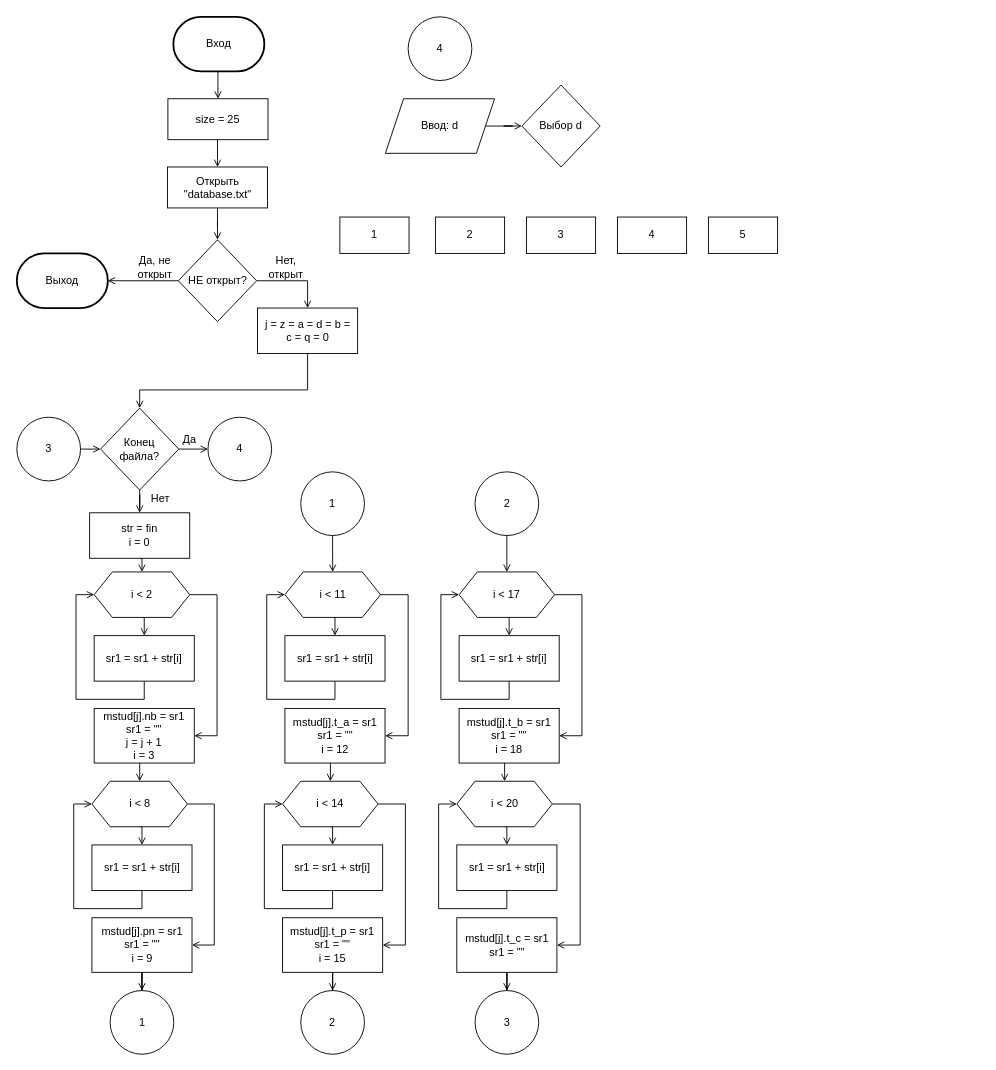
Before: laba7.drawio in ArgumenTiKi/labs, a draw.io diagram. Source tidied: cells renumbered, new cells numbered last; positions are measured from the earlier drawing's top-left corner, leaving out a move shared by most shapes. Both pictures are drawn from the tidied source at 91%, with x=0, y=0 at pixel (16, 16).
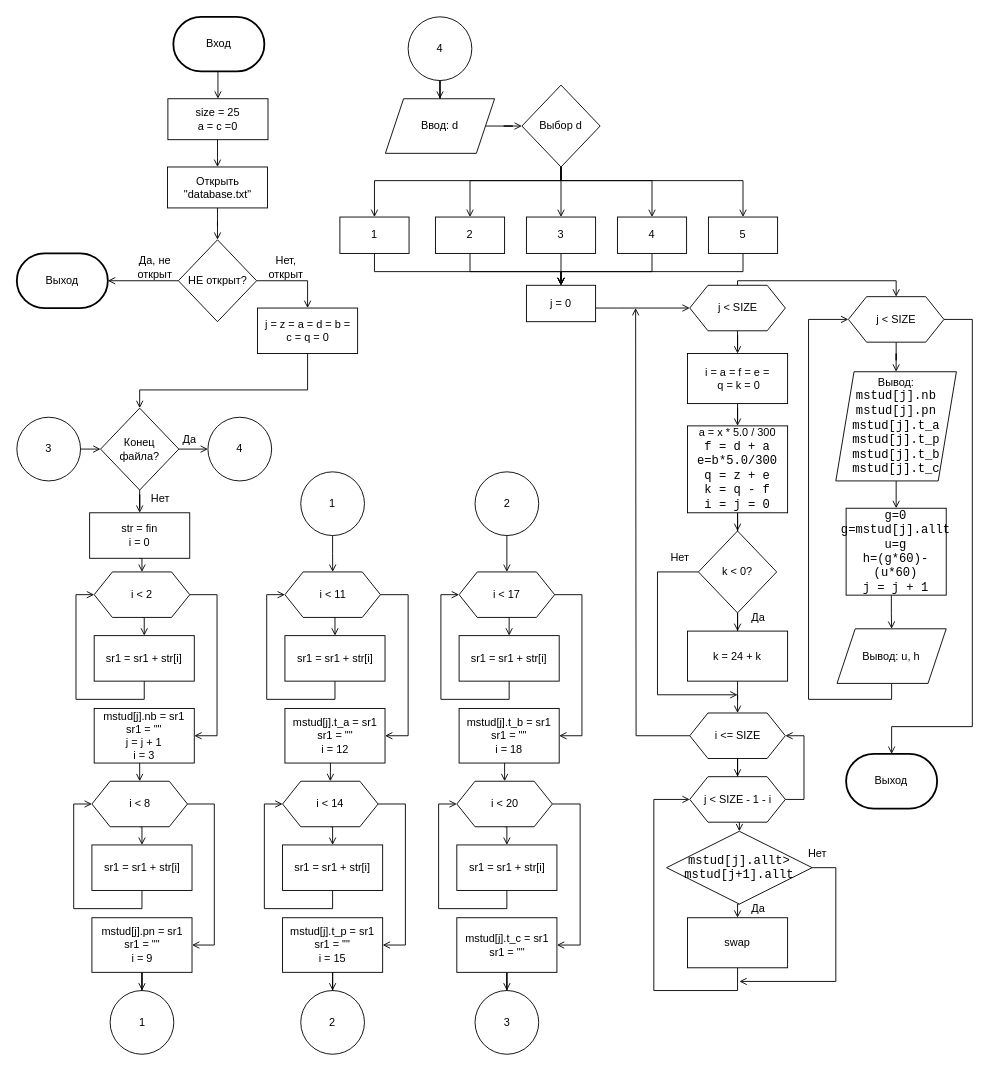
The same page after the edit.

Unchanged cells that the change refers to:
```xml
<mxCell id="77" value="Ввод: d" style="shape=parallelogram;perimeter=parallelogramPerimeter;whiteSpace=wrap;html=1;fixedSize=1;" parent="1" vertex="1">
  <mxGeometry x="405" y="90" width="120" height="60" as="geometry" />
</mxCell>
<mxCell id="78" value="4" style="ellipse;whiteSpace=wrap;html=1;" parent="1" vertex="1">
  <mxGeometry x="430" width="70" height="70" as="geometry" />
</mxCell>
<mxCell id="79" value="1" style="rounded=0;whiteSpace=wrap;html=1;" parent="1" vertex="1">
  <mxGeometry x="355" y="220" width="76" height="40" as="geometry" />
</mxCell>
<mxCell id="80" value="3" style="rounded=0;whiteSpace=wrap;html=1;" parent="1" vertex="1">
  <mxGeometry x="560" y="220" width="76" height="40" as="geometry" />
</mxCell>
<mxCell id="81" value="2" style="rounded=0;whiteSpace=wrap;html=1;" parent="1" vertex="1">
  <mxGeometry x="460" y="220" width="76" height="40" as="geometry" />
</mxCell>
<mxCell id="82" value="Выбор d" style="rhombus;whiteSpace=wrap;html=1;direction=south;" parent="1" vertex="1">
  <mxGeometry x="555" y="75" width="86" height="90" as="geometry" />
</mxCell>
<mxCell id="83" value="5" style="rounded=0;whiteSpace=wrap;html=1;" parent="1" vertex="1">
  <mxGeometry x="760" y="220" width="76" height="40" as="geometry" />
</mxCell>
<mxCell id="84" value="4" style="rounded=0;whiteSpace=wrap;html=1;" parent="1" vertex="1">
  <mxGeometry x="660" y="220" width="76" height="40" as="geometry" />
</mxCell>
```

The edit, as a diff of the source:
```diff
@@
-    <mxCell id="5" value="size = 25" style="rounded=0;whiteSpace=wrap;html=1;" parent="1" vertex="1">
+    <mxCell id="5" value="size = 25&lt;br&gt;a = c =0" style="rounded=0;whiteSpace=wrap;html=1;" parent="1" vertex="1">
       <mxGeometry x="166" y="90" width="110" height="45" as="geometry" />
     </mxCell>
@@
+    <mxCell id="85" style="edgeStyle=orthogonalEdgeStyle;rounded=0;jettySize=auto;html=1;endArrow=open;endFill=0;" parent="1" edge="1" source="78" target="77">
+      <mxGeometry relative="1" as="geometry" />
+    </mxCell>
@@
+    <mxCell id="86" style="edgeStyle=orthogonalEdgeStyle;rounded=0;jettySize=auto;html=1;endArrow=open;endFill=0;" parent="1" edge="1" source="79" target="100">
+      <mxGeometry relative="1" as="geometry">
+        <Array as="points">
+          <mxPoint x="393" y="280" />
+          <mxPoint x="598" y="280" />
+        </Array>
+      </mxGeometry>
+    </mxCell>
@@
+    <mxCell id="87" style="edgeStyle=orthogonalEdgeStyle;rounded=0;jettySize=auto;html=1;exitX=0.5;exitY=1;exitDx=0;exitDy=0;entryX=0.5;entryY=0;entryDx=0;entryDy=0;endArrow=open;endFill=0;" parent="1" edge="1" source="80" target="100">
+      <mxGeometry relative="1" as="geometry" />
+    </mxCell>
@@
+    <mxCell id="88" style="edgeStyle=orthogonalEdgeStyle;rounded=0;jettySize=auto;html=1;entryX=0.5;entryY=0;entryDx=0;entryDy=0;endArrow=open;endFill=0;" parent="1" edge="1" source="81" target="100">
+      <mxGeometry relative="1" as="geometry">
+        <Array as="points">
+          <mxPoint x="498" y="280" />
+          <mxPoint x="598" y="280" />
+        </Array>
+      </mxGeometry>
+    </mxCell>
@@
+    <mxCell id="89" style="edgeStyle=orthogonalEdgeStyle;rounded=0;jettySize=auto;html=1;exitX=1;exitY=0.5;exitDx=0;exitDy=0;entryX=0.5;entryY=0;entryDx=0;entryDy=0;endArrow=open;endFill=0;" parent="1" edge="1" source="82" target="80">
+      <mxGeometry relative="1" as="geometry" />
+    </mxCell>
+    <mxCell id="90" style="edgeStyle=orthogonalEdgeStyle;rounded=0;jettySize=auto;html=1;endArrow=open;endFill=0;entryX=0.5;entryY=0;entryDx=0;entryDy=0;" parent="1" edge="1" source="82" target="83">
+      <mxGeometry relative="1" as="geometry">
+        <Array as="points">
+          <mxPoint x="598" y="180" />
+          <mxPoint x="798" y="180" />
+        </Array>
+      </mxGeometry>
+    </mxCell>
+    <mxCell id="91" style="edgeStyle=orthogonalEdgeStyle;rounded=0;jettySize=auto;html=1;entryX=0.5;entryY=0;entryDx=0;entryDy=0;endArrow=open;endFill=0;" parent="1" edge="1" source="82" target="84">
+      <mxGeometry relative="1" as="geometry">
+        <Array as="points">
+          <mxPoint x="598" y="180" />
+          <mxPoint x="698" y="180" />
+        </Array>
+      </mxGeometry>
+    </mxCell>
+    <mxCell id="92" style="edgeStyle=orthogonalEdgeStyle;rounded=0;jettySize=auto;html=1;entryX=0.5;entryY=0;entryDx=0;entryDy=0;endArrow=open;endFill=0;" parent="1" edge="1" source="82" target="79">
+      <mxGeometry relative="1" as="geometry">
+        <Array as="points">
+          <mxPoint x="598" y="180" />
+          <mxPoint x="393" y="180" />
+        </Array>
+      </mxGeometry>
+    </mxCell>
+    <mxCell id="93" style="edgeStyle=orthogonalEdgeStyle;rounded=0;jettySize=auto;html=1;entryX=0.5;entryY=0;entryDx=0;entryDy=0;endArrow=open;endFill=0;" parent="1" edge="1" source="82" target="81">
+      <mxGeometry relative="1" as="geometry">
+        <Array as="points">
+          <mxPoint x="598" y="180" />
+          <mxPoint x="498" y="180" />
+        </Array>
+      </mxGeometry>
+    </mxCell>
@@
+    <mxCell id="94" style="edgeStyle=orthogonalEdgeStyle;rounded=0;jettySize=auto;html=1;entryX=0.5;entryY=0;entryDx=0;entryDy=0;endArrow=open;endFill=0;" parent="1" edge="1" source="83" target="100">
+      <mxGeometry relative="1" as="geometry">
+        <Array as="points">
+          <mxPoint x="798" y="280" />
+          <mxPoint x="598" y="280" />
+        </Array>
+      </mxGeometry>
+    </mxCell>
@@
+    <mxCell id="95" style="edgeStyle=orthogonalEdgeStyle;rounded=0;jettySize=auto;html=1;entryX=0.5;entryY=0;entryDx=0;entryDy=0;endArrow=open;endFill=0;" parent="1" edge="1" source="84" target="100">
+      <mxGeometry relative="1" as="geometry">
+        <Array as="points">
+          <mxPoint x="698" y="280" />
+          <mxPoint x="598" y="280" />
+        </Array>
+      </mxGeometry>
+    </mxCell>
@@
+    <mxCell id="96" style="edgeStyle=orthogonalEdgeStyle;rounded=0;jettySize=auto;html=1;endArrow=open;endFill=0;" parent="1" edge="1" source="98" target="102">
+      <mxGeometry relative="1" as="geometry" />
+    </mxCell>
+    <mxCell id="97" style="edgeStyle=orthogonalEdgeStyle;rounded=0;jettySize=auto;html=1;entryX=0.5;entryY=0;entryDx=0;entryDy=0;endArrow=open;endFill=0;" parent="1" edge="1" source="98" target="126">
+      <mxGeometry relative="1" as="geometry">
+        <Array as="points">
+          <mxPoint x="792" y="290" />
+          <mxPoint x="966" y="290" />
+          <mxPoint x="966" y="308" />
+        </Array>
+      </mxGeometry>
+    </mxCell>
+    <mxCell id="98" value="j &amp;lt; SIZE" style="shape=hexagon;perimeter=hexagonPerimeter2;whiteSpace=wrap;html=1;fixedSize=1;" parent="1" vertex="1">
+      <mxGeometry x="739.5" y="295" width="105" height="50" as="geometry" />
+    </mxCell>
+    <mxCell id="99" style="edgeStyle=orthogonalEdgeStyle;rounded=0;jettySize=auto;html=1;entryX=0;entryY=0.5;entryDx=0;entryDy=0;endArrow=open;endFill=0;" parent="1" edge="1" source="100" target="98">
+      <mxGeometry relative="1" as="geometry">
+        <Array as="points">
+          <mxPoint x="660" y="320" />
+          <mxPoint x="660" y="320" />
+        </Array>
+      </mxGeometry>
+    </mxCell>
+    <mxCell id="100" value="j = 0" style="rounded=0;whiteSpace=wrap;html=1;" parent="1" vertex="1">
+      <mxGeometry x="560" y="295" width="76" height="40" as="geometry" />
+    </mxCell>
+    <mxCell id="101" style="edgeStyle=orthogonalEdgeStyle;rounded=0;jettySize=auto;html=1;exitX=0.5;exitY=1;exitDx=0;exitDy=0;endArrow=open;endFill=0;" parent="1" edge="1" source="102" target="104">
+      <mxGeometry relative="1" as="geometry" />
+    </mxCell>
+    <mxCell id="102" value="i = a = f = e =&lt;br&gt;&amp;nbsp;q = k = 0" style="rounded=0;whiteSpace=wrap;html=1;" parent="1" vertex="1">
+      <mxGeometry x="737" y="370" width="110" height="55" as="geometry" />
+    </mxCell>
+    <mxCell id="103" style="edgeStyle=orthogonalEdgeStyle;rounded=0;jettySize=auto;html=1;entryX=0;entryY=0.5;entryDx=0;entryDy=0;endArrow=open;endFill=0;" parent="1" edge="1" source="104" target="107">
+      <mxGeometry relative="1" as="geometry" />
+    </mxCell>
+    <mxCell id="104" value="a = x * 5.0 / 300&lt;br&gt;&lt;span id=&quot;docs-internal-guid-133fa6ac-7fff-ea9c-05d0-5b236d7e61c4&quot;&gt;&lt;span style=&quot;font-size: 10pt ; font-family: &amp;#34;consolas&amp;#34; , sans-serif ; background-color: transparent ; vertical-align: baseline&quot;&gt;f = d + a&lt;br&gt;&lt;/span&gt;&lt;/span&gt;&lt;span id=&quot;docs-internal-guid-d27e8292-7fff-1c38-efc6-0b28b21d9754&quot;&gt;&lt;span style=&quot;font-size: 10pt ; font-family: &amp;#34;consolas&amp;#34; , sans-serif ; background-color: transparent ; vertical-align: baseline&quot;&gt;e=b*5.0/300&lt;br&gt;&lt;span id=&quot;docs-internal-guid-c77845d4-7fff-c970-b767-b616d2d84f5c&quot;&gt;&lt;span style=&quot;font-size: 10pt ; font-family: &amp;#34;consolas&amp;#34; , sans-serif ; background-color: transparent ; vertical-align: baseline&quot;&gt;q = z + e&lt;br&gt;&lt;/span&gt;&lt;/span&gt;&lt;span id=&quot;docs-internal-guid-50f18802-7fff-f51e-29c9-a95ab2b864d2&quot;&gt;&lt;span style=&quot;font-size: 10pt ; font-family: &amp;#34;consolas&amp;#34; , sans-serif ; background-color: transparent ; vertical-align: baseline&quot;&gt;k = q - f&lt;br&gt;&lt;/span&gt;&lt;/span&gt;i = j = 0&lt;br&gt;&lt;/span&gt;&lt;/span&gt;" style="rounded=0;whiteSpace=wrap;html=1;" parent="1" vertex="1">
+      <mxGeometry x="737" y="449.5" width="110" height="95.5" as="geometry" />
+    </mxCell>
+    <mxCell id="105" style="edgeStyle=orthogonalEdgeStyle;rounded=0;jettySize=auto;html=1;entryX=0.5;entryY=0;entryDx=0;entryDy=0;endArrow=open;endFill=0;" parent="1" edge="1" source="107" target="109">
+      <mxGeometry relative="1" as="geometry" />
+    </mxCell>
+    <mxCell id="106" style="edgeStyle=orthogonalEdgeStyle;rounded=0;jettySize=auto;html=1;exitX=0.5;exitY=1;exitDx=0;exitDy=0;endArrow=open;endFill=0;" parent="1" edge="1" source="107">
+      <mxGeometry relative="1" as="geometry">
+        <mxPoint x="792" y="745" as="targetPoint" />
+        <Array as="points">
+          <mxPoint x="704" y="610" />
+          <mxPoint x="704" y="745" />
+          <mxPoint x="792" y="745" />
+        </Array>
+      </mxGeometry>
+    </mxCell>
+    <mxCell id="107" value="k &amp;lt; 0?" style="rhombus;whiteSpace=wrap;html=1;direction=south;" parent="1" vertex="1">
+      <mxGeometry x="749" y="565" width="86" height="90" as="geometry" />
+    </mxCell>
+    <mxCell id="108" style="edgeStyle=orthogonalEdgeStyle;rounded=0;jettySize=auto;html=1;endArrow=open;endFill=0;" parent="1" edge="1" source="109" target="113">
+      <mxGeometry relative="1" as="geometry" />
+    </mxCell>
+    <mxCell id="109" value="k = 24 + k" style="rounded=0;whiteSpace=wrap;html=1;" parent="1" vertex="1">
+      <mxGeometry x="737" y="675" width="110" height="55" as="geometry" />
+    </mxCell>
+    <mxCell id="110" value="Да" style="text;html=1;strokeColor=none;fillColor=none;align=center;verticalAlign=middle;whiteSpace=wrap;rounded=0;" parent="1" vertex="1">
+      <mxGeometry x="795" y="650" width="40" height="20" as="geometry" />
+    </mxCell>
+    <mxCell id="111" style="edgeStyle=orthogonalEdgeStyle;rounded=0;jettySize=auto;html=1;endArrow=open;endFill=0;" parent="1" edge="1" source="113" target="117">
+      <mxGeometry relative="1" as="geometry" />
+    </mxCell>
+    <mxCell id="112" style="edgeStyle=orthogonalEdgeStyle;rounded=0;jettySize=auto;html=1;endArrow=open;endFill=0;" parent="1" edge="1" source="113">
+      <mxGeometry relative="1" as="geometry">
+        <mxPoint x="680" y="320" as="targetPoint" />
+      </mxGeometry>
+    </mxCell>
+    <mxCell id="113" value="i &amp;lt;= SIZE" style="shape=hexagon;perimeter=hexagonPerimeter2;whiteSpace=wrap;html=1;fixedSize=1;" parent="1" vertex="1">
+      <mxGeometry x="739.5" y="765" width="105" height="50" as="geometry" />
+    </mxCell>
+    <mxCell id="114" value="Нет" style="text;html=1;strokeColor=none;fillColor=none;align=center;verticalAlign=middle;whiteSpace=wrap;rounded=0;" parent="1" vertex="1">
+      <mxGeometry x="709" y="585" width="40" height="20" as="geometry" />
+    </mxCell>
+    <mxCell id="115" style="edgeStyle=orthogonalEdgeStyle;rounded=0;jettySize=auto;html=1;exitX=0.5;exitY=1;exitDx=0;exitDy=0;entryX=0;entryY=0.5;entryDx=0;entryDy=0;endArrow=open;endFill=0;" parent="1" edge="1" source="117" target="120">
+      <mxGeometry relative="1" as="geometry" />
+    </mxCell>
+    <mxCell id="116" style="edgeStyle=orthogonalEdgeStyle;rounded=0;jettySize=auto;html=1;entryX=1;entryY=0.5;entryDx=0;entryDy=0;endArrow=open;endFill=0;" parent="1" edge="1" source="117" target="113">
+      <mxGeometry relative="1" as="geometry">
+        <Array as="points">
+          <mxPoint x="865" y="860" />
+          <mxPoint x="865" y="790" />
+        </Array>
+      </mxGeometry>
+    </mxCell>
+    <mxCell id="117" value="j &amp;lt; SIZE - 1 - i" style="shape=hexagon;perimeter=hexagonPerimeter2;whiteSpace=wrap;html=1;fixedSize=1;" parent="1" vertex="1">
+      <mxGeometry x="739.5" y="835" width="105" height="50" as="geometry" />
+    </mxCell>
+    <mxCell id="118" style="edgeStyle=orthogonalEdgeStyle;rounded=0;jettySize=auto;html=1;exitX=0.5;exitY=0;exitDx=0;exitDy=0;endArrow=open;endFill=0;" parent="1" edge="1" source="120">
+      <mxGeometry relative="1" as="geometry">
+        <mxPoint x="794" y="1060" as="targetPoint" />
+        <Array as="points">
+          <mxPoint x="900" y="935" />
+          <mxPoint x="900" y="1060" />
+          <mxPoint x="794" y="1060" />
+        </Array>
+      </mxGeometry>
+    </mxCell>
+    <mxCell id="119" style="edgeStyle=orthogonalEdgeStyle;rounded=0;jettySize=auto;html=1;exitX=1;exitY=0.5;exitDx=0;exitDy=0;entryX=0.5;entryY=0;entryDx=0;entryDy=0;endArrow=open;endFill=0;" parent="1" edge="1" source="120" target="122">
+      <mxGeometry relative="1" as="geometry" />
+    </mxCell>
+    <mxCell id="120" value="&lt;span id=&quot;docs-internal-guid-14da2bc2-7fff-4c3a-460b-1ad6f77ea346&quot;&gt;&lt;span style=&quot;font-size: 10pt ; font-family: &amp;#34;consolas&amp;#34; , sans-serif ; background-color: transparent ; vertical-align: baseline&quot;&gt;mstud[j].allt&amp;gt;&lt;br&gt;mstud[j+1].allt&lt;/span&gt;&lt;/span&gt;" style="rhombus;whiteSpace=wrap;html=1;direction=south;" parent="1" vertex="1">
+      <mxGeometry x="714" y="895" width="160" height="80" as="geometry" />
+    </mxCell>
+    <mxCell id="121" style="edgeStyle=orthogonalEdgeStyle;rounded=0;jettySize=auto;html=1;exitX=0.5;exitY=1;exitDx=0;exitDy=0;endArrow=open;endFill=0;entryX=0;entryY=0.5;entryDx=0;entryDy=0;" parent="1" edge="1" source="122" target="117">
+      <mxGeometry relative="1" as="geometry">
+        <Array as="points">
+          <mxPoint x="792" y="1070" />
+          <mxPoint x="700" y="1070" />
+          <mxPoint x="700" y="860" />
+        </Array>
+      </mxGeometry>
+    </mxCell>
+    <mxCell id="122" value="swap" style="rounded=0;whiteSpace=wrap;html=1;" parent="1" vertex="1">
+      <mxGeometry x="737" y="990" width="110" height="55" as="geometry" />
+    </mxCell>
+    <mxCell id="123" value="Нет" style="text;html=1;strokeColor=none;fillColor=none;align=center;verticalAlign=middle;whiteSpace=wrap;rounded=0;" parent="1" vertex="1">
+      <mxGeometry x="860" y="910" width="40" height="20" as="geometry" />
+    </mxCell>
+    <mxCell id="124" style="edgeStyle=orthogonalEdgeStyle;rounded=0;jettySize=auto;html=1;entryX=0.5;entryY=0;entryDx=0;entryDy=0;endArrow=open;endFill=0;" parent="1" edge="1" source="126" target="129">
+      <mxGeometry relative="1" as="geometry" />
+    </mxCell>
+    <mxCell id="125" style="edgeStyle=orthogonalEdgeStyle;rounded=0;jettySize=auto;html=1;endArrow=open;endFill=0;entryX=0.5;entryY=0;entryDx=0;entryDy=0;entryPerimeter=0;" parent="1" edge="1" source="126" target="134">
+      <mxGeometry relative="1" as="geometry">
+        <Array as="points">
+          <mxPoint x="1050" y="333" />
+          <mxPoint x="1050" y="780" />
+          <mxPoint x="961" y="780" />
+        </Array>
+      </mxGeometry>
+    </mxCell>
+    <mxCell id="126" value="j &amp;lt; SIZE" style="shape=hexagon;perimeter=hexagonPerimeter2;whiteSpace=wrap;html=1;fixedSize=1;" parent="1" vertex="1">
+      <mxGeometry x="913.8" y="307.5" width="105" height="50" as="geometry" />
+    </mxCell>
+    <mxCell id="127" value="Да" style="text;html=1;strokeColor=none;fillColor=none;align=center;verticalAlign=middle;whiteSpace=wrap;rounded=0;" parent="1" vertex="1">
+      <mxGeometry x="795" y="970" width="40" height="20" as="geometry" />
+    </mxCell>
+    <mxCell id="128" style="edgeStyle=orthogonalEdgeStyle;rounded=0;jettySize=auto;html=1;entryX=0.5;entryY=0;entryDx=0;entryDy=0;endArrow=open;endFill=0;" parent="1" edge="1" source="129" target="131">
+      <mxGeometry relative="1" as="geometry" />
+    </mxCell>
+    <mxCell id="129" value="Вывод:&lt;br&gt;&lt;span id=&quot;docs-internal-guid-4894ef66-7fff-0fca-2b0f-f5842963b8b7&quot;&gt;&lt;span style=&quot;font-size: 10pt ; font-family: &amp;#34;consolas&amp;#34; , sans-serif ; background-color: transparent ; vertical-align: baseline&quot;&gt;mstud[j].nb&lt;br&gt;&lt;/span&gt;&lt;/span&gt;&lt;span id=&quot;docs-internal-guid-701568cd-7fff-4593-4545-dc83aafa7015&quot;&gt;&lt;span style=&quot;font-size: 10pt ; font-family: &amp;#34;consolas&amp;#34; , sans-serif ; background-color: transparent ; vertical-align: baseline&quot;&gt;mstud[j].pn&lt;br&gt;&lt;span id=&quot;docs-internal-guid-21f4589e-7fff-67b8-3a9f-1f52c6e4e4a4&quot;&gt;&lt;span style=&quot;font-size: 10pt ; font-family: &amp;#34;consolas&amp;#34; , sans-serif ; background-color: transparent ; vertical-align: baseline&quot;&gt;mstud[j].t_a&lt;br&gt;&lt;/span&gt;&lt;/span&gt;&lt;span id=&quot;docs-internal-guid-e09bd230-7fff-9ccb-c632-2b208e4a95b5&quot;&gt;&lt;span style=&quot;font-size: 10pt ; font-family: &amp;#34;consolas&amp;#34; , sans-serif ; background-color: transparent ; vertical-align: baseline&quot;&gt;mstud[j].t_p&lt;br&gt;&lt;span id=&quot;docs-internal-guid-da819a67-7fff-d3dc-cecb-f882f2fcab1c&quot;&gt;&lt;span style=&quot;font-size: 10pt ; background-color: transparent ; vertical-align: baseline&quot;&gt;mstud[j].t_b&lt;br&gt;&lt;/span&gt;&lt;/span&gt;&lt;span id=&quot;docs-internal-guid-032ae6d7-7fff-f350-5e7e-118eaff75d9f&quot;&gt;&lt;span style=&quot;font-size: 10pt ; font-family: &amp;#34;consolas&amp;#34; , sans-serif ; background-color: transparent ; vertical-align: baseline&quot;&gt;mstud[j].t_c&lt;/span&gt;&lt;/span&gt;&lt;/span&gt;&lt;/span&gt;&lt;br&gt;&lt;/span&gt;&lt;/span&gt;" style="shape=parallelogram;perimeter=parallelogramPerimeter;whiteSpace=wrap;html=1;fixedSize=1;" parent="1" vertex="1">
+      <mxGeometry x="900" y="390" width="132.5" height="120" as="geometry" />
+    </mxCell>
+    <mxCell id="130" style="edgeStyle=orthogonalEdgeStyle;rounded=0;jettySize=auto;html=1;entryX=0.5;entryY=0;entryDx=0;entryDy=0;endArrow=open;endFill=0;" parent="1" edge="1" source="131" target="133">
+      <mxGeometry relative="1" as="geometry">
+        <Array as="points">
+          <mxPoint x="961" y="656" />
+          <mxPoint x="961" y="656" />
+        </Array>
+      </mxGeometry>
+    </mxCell>
+    <mxCell id="131" value="&lt;span style=&quot;background-color: transparent ; font-family: &amp;#34;consolas&amp;#34; , sans-serif ; font-size: 10pt&quot;&gt;g=0&lt;/span&gt;&lt;br&gt;&lt;b style=&quot;font-weight: normal&quot; id=&quot;docs-internal-guid-cd9baa0c-7fff-8432-609a-21c3e10db111&quot;&gt;&lt;p dir=&quot;ltr&quot; style=&quot;line-height: 1.2 ; margin-top: 0pt ; margin-bottom: 0pt&quot;&gt;&lt;span style=&quot;background-color: transparent ; font-family: &amp;#34;consolas&amp;#34; , sans-serif ; font-size: 10pt&quot;&gt;g=mstud[j].allt&lt;/span&gt;&lt;/p&gt;&lt;p dir=&quot;ltr&quot; style=&quot;line-height: 1.2 ; margin-top: 0pt ; margin-bottom: 0pt&quot;&gt;&lt;span style=&quot;font-size: 10pt ; font-family: &amp;#34;consolas&amp;#34; , sans-serif ; color: rgb(0 , 0 , 0) ; background-color: transparent ; font-weight: 400 ; font-style: normal ; font-variant: normal ; text-decoration: none ; vertical-align: baseline&quot;&gt;u=g&lt;/span&gt;&lt;/p&gt;&lt;span style=&quot;font-size: 10pt ; font-family: &amp;#34;consolas&amp;#34; , sans-serif ; color: rgb(0 , 0 , 0) ; background-color: transparent ; font-weight: 400 ; font-style: normal ; font-variant: normal ; text-decoration: none ; vertical-align: baseline&quot;&gt;h=(g*60)-&lt;br&gt;(u*60)&lt;br&gt;j = j + 1&lt;br&gt;&lt;/span&gt;&lt;/b&gt;" style="rounded=0;whiteSpace=wrap;html=1;" parent="1" vertex="1">
+      <mxGeometry x="911.3" y="540" width="110" height="95.5" as="geometry" />
+    </mxCell>
+    <mxCell id="132" style="edgeStyle=orthogonalEdgeStyle;rounded=0;jettySize=auto;html=1;endArrow=open;endFill=0;entryX=0;entryY=0.5;entryDx=0;entryDy=0;" parent="1" edge="1" source="133" target="126">
+      <mxGeometry relative="1" as="geometry">
+        <Array as="points">
+          <mxPoint x="961" y="750" />
+          <mxPoint x="870" y="750" />
+          <mxPoint x="870" y="333" />
+        </Array>
+      </mxGeometry>
+    </mxCell>
+    <mxCell id="133" value="Вывод: u, h" style="shape=parallelogram;perimeter=parallelogramPerimeter;whiteSpace=wrap;html=1;fixedSize=1;" parent="1" vertex="1">
+      <mxGeometry x="901.3" y="672.5" width="120" height="60" as="geometry" />
+    </mxCell>
+    <mxCell id="134" value="Выход" style="strokeWidth=2;html=1;shape=mxgraph.flowchart.terminator;whiteSpace=wrap;" parent="1" vertex="1">
+      <mxGeometry x="911.3" y="810" width="100" height="60" as="geometry" />
+    </mxCell>
```
